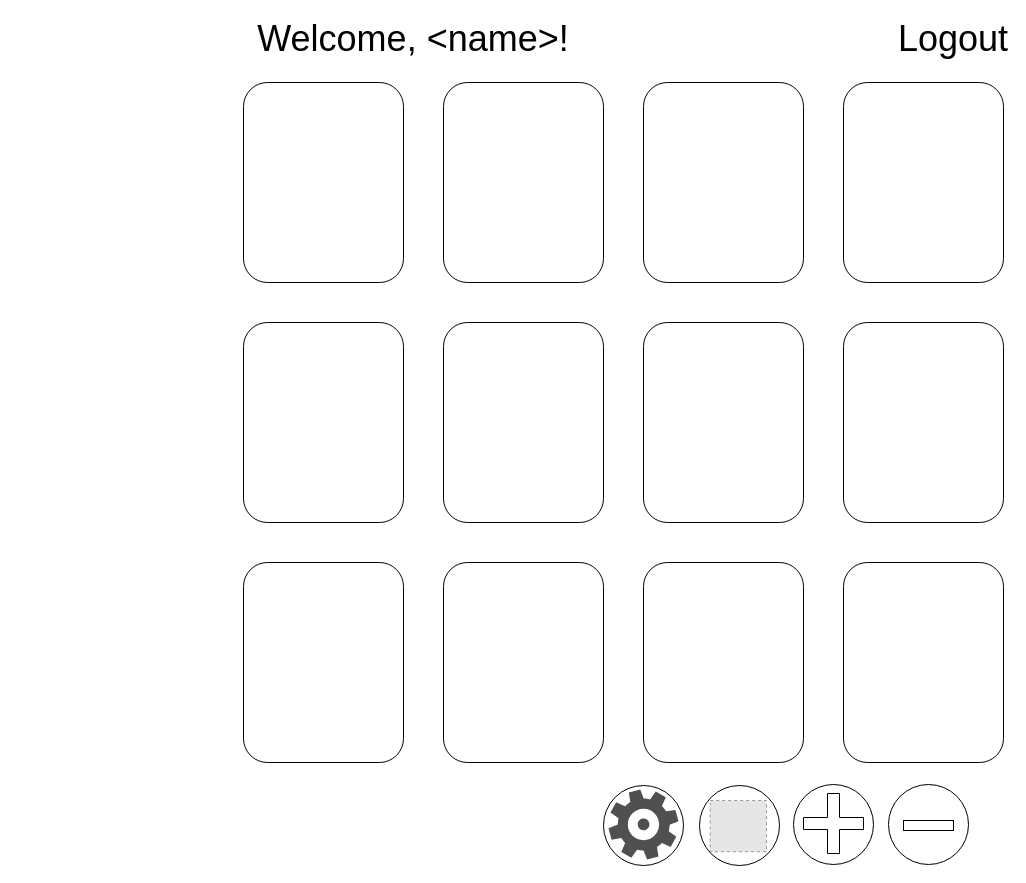
This is page "Preview (list-page)" (4 of 7) of drawio files/front-end replan.drawio from AvivYunker/Listility, a draw.io file, before an edit. Source tidied: cells renumbered, new cells numbered last; positions are measured from the earlier drawing's top-left corner, leaving out a move shared by most shapes. Both pictures are drawn from the tidied source at 100%, with x=0, y=0 at pixel (243, 23). Pictures stored in the file or linked from it are replaced by grey dashed boxes.
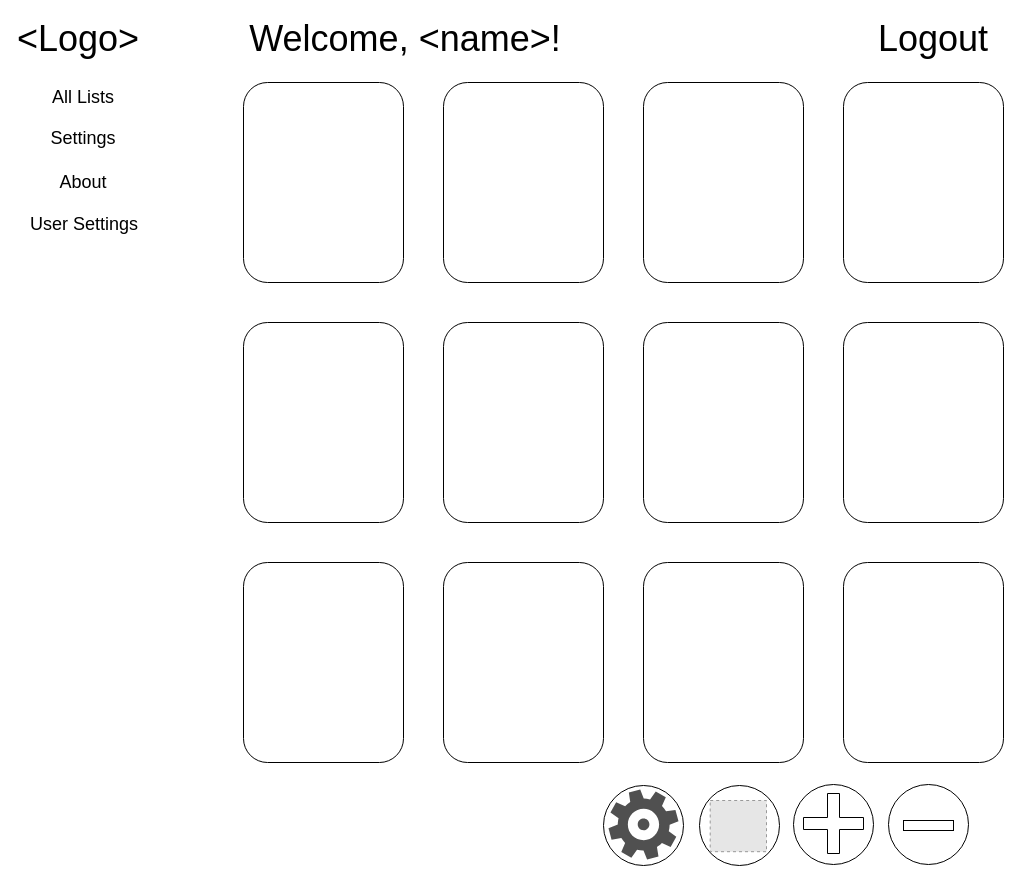
The same diagram, later.

What changed in the source:
```diff
@@
     <mxCell id="22" value="Welcome, &amp;lt;name&amp;gt;!" style="text;html=1;strokeColor=none;fillColor=none;align=center;verticalAlign=middle;whiteSpace=wrap;rounded=0;fontSize=36;" parent="1" vertex="1">
-      <mxGeometry width="340" height="30" as="geometry" />
+      <mxGeometry x="-8" width="340" height="30" as="geometry" />
     </mxCell>
     <mxCell id="23" value="Logout" style="text;html=1;strokeColor=none;fillColor=none;align=center;verticalAlign=middle;whiteSpace=wrap;rounded=0;fontSize=36;" parent="1" vertex="1">
-      <mxGeometry x="680" width="60" height="30" as="geometry" />
+      <mxGeometry x="660" width="60" height="30" as="geometry" />
     </mxCell>
+    <mxCell id="24" value="&amp;lt;Logo&amp;gt;" style="text;html=1;strokeColor=none;fillColor=none;align=center;verticalAlign=middle;whiteSpace=wrap;rounded=0;fontSize=36;" parent="1" vertex="1">
+      <mxGeometry x="-210" width="90" height="30" as="geometry" />
+    </mxCell>
+    <mxCell id="25" value="&lt;font style=&quot;font-size: 18px&quot;&gt;All Lists&lt;/font&gt;" style="text;html=1;strokeColor=none;fillColor=none;align=center;verticalAlign=middle;whiteSpace=wrap;rounded=0;" parent="1" vertex="1">
+      <mxGeometry x="-200" y="59" width="80" height="30" as="geometry" />
+    </mxCell>
+    <mxCell id="26" value="&lt;font style=&quot;font-size: 18px&quot;&gt;Settings&lt;/font&gt;" style="text;html=1;strokeColor=none;fillColor=none;align=center;verticalAlign=middle;whiteSpace=wrap;rounded=0;" parent="1" vertex="1">
+      <mxGeometry x="-200" y="100" width="80" height="30" as="geometry" />
+    </mxCell>
+    <mxCell id="27" value="&lt;font style=&quot;font-size: 18px&quot;&gt;About&lt;/font&gt;" style="text;html=1;strokeColor=none;fillColor=none;align=center;verticalAlign=middle;whiteSpace=wrap;rounded=0;" parent="1" vertex="1">
+      <mxGeometry x="-200" y="144" width="80" height="30" as="geometry" />
+    </mxCell>
+    <mxCell id="28" value="&lt;font style=&quot;font-size: 18px&quot;&gt;User Settings&lt;br&gt;&lt;/font&gt;" style="text;html=1;strokeColor=none;fillColor=none;align=center;verticalAlign=middle;whiteSpace=wrap;rounded=0;" parent="1" vertex="1">
+      <mxGeometry x="-224" y="186" width="130" height="30" as="geometry" />
+    </mxCell>
```
